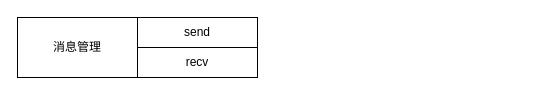
Above: waresyncanalysis.drawio in luyaobin/drawDocs (draw.io), before the change. Source tidied: cells renumbered, new cells numbered last; positions are measured from the earlier drawing's top-left corner, leaving out a move shared by most shapes. Both pictures are drawn from the tidied source at 100%, with x=0, y=0 at pixel (17, 17).
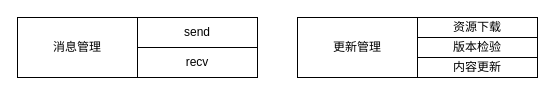
Above is the later version.

Change to the diagram source:
```diff
@@
 <mxGraphModel>
   <root>
     <mxCell id="0" />
     <mxCell id="1" parent="0" />
     <mxCell id="2" value="消息管理" style="rounded=0;whiteSpace=wrap;html=1;" parent="1" vertex="1">
       <mxGeometry width="120" height="60" as="geometry" />
     </mxCell>
     <mxCell id="3" value="send" style="rounded=0;whiteSpace=wrap;html=1;" parent="1" vertex="1">
       <mxGeometry x="120" width="120" height="30" as="geometry" />
     </mxCell>
     <mxCell id="4" value="recv" style="rounded=0;whiteSpace=wrap;html=1;" parent="1" vertex="1">
       <mxGeometry x="120" y="30" width="120" height="30" as="geometry" />
     </mxCell>
+    <mxCell id="5" value="更新管理" style="rounded=0;whiteSpace=wrap;html=1;" parent="1" vertex="1">
+      <mxGeometry x="280" width="120" height="60" as="geometry" />
+    </mxCell>
+    <mxCell id="6" value="资源下载" style="rounded=0;whiteSpace=wrap;html=1;" parent="1" vertex="1">
+      <mxGeometry x="400" width="120" height="20" as="geometry" />
+    </mxCell>
+    <mxCell id="7" value="版本检验" style="rounded=0;whiteSpace=wrap;html=1;" parent="1" vertex="1">
+      <mxGeometry x="400" y="20" width="120" height="20" as="geometry" />
+    </mxCell>
+    <mxCell id="8" value="内容更新" style="rounded=0;whiteSpace=wrap;html=1;" parent="1" vertex="1">
+      <mxGeometry x="400" y="40" width="120" height="20" as="geometry" />
+    </mxCell>
   </root>
 </mxGraphModel>
```
